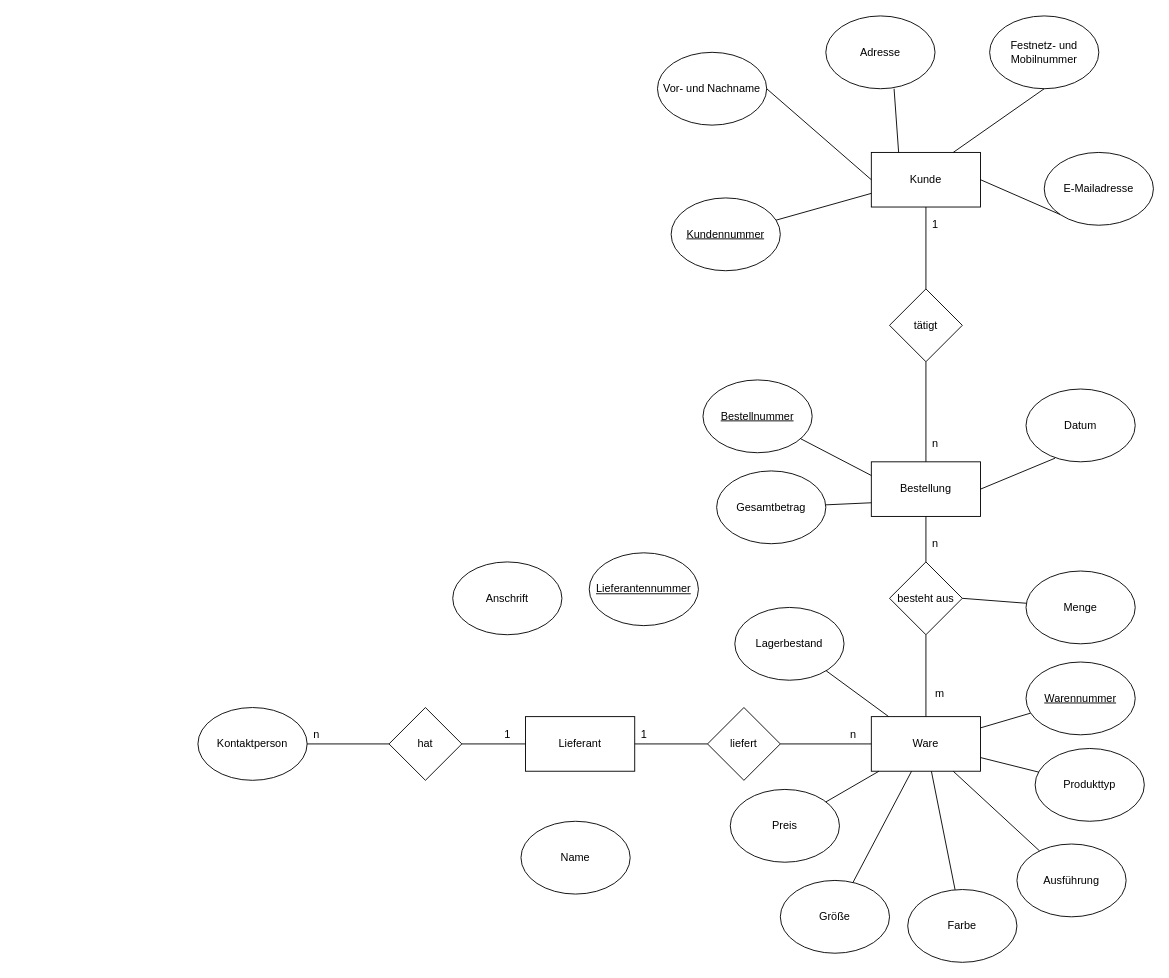
Before: Untitled Diagram.drawio in RegularK/eur0camp, a draw.io diagram. Source tidied: cells renumbered, new cells numbered last; positions are measured from the earlier drawing's top-left corner, leaving out a move shared by most shapes. Both pictures are drawn from the tidied source at 91%, with x=0, y=0 at pixel (197, 15).
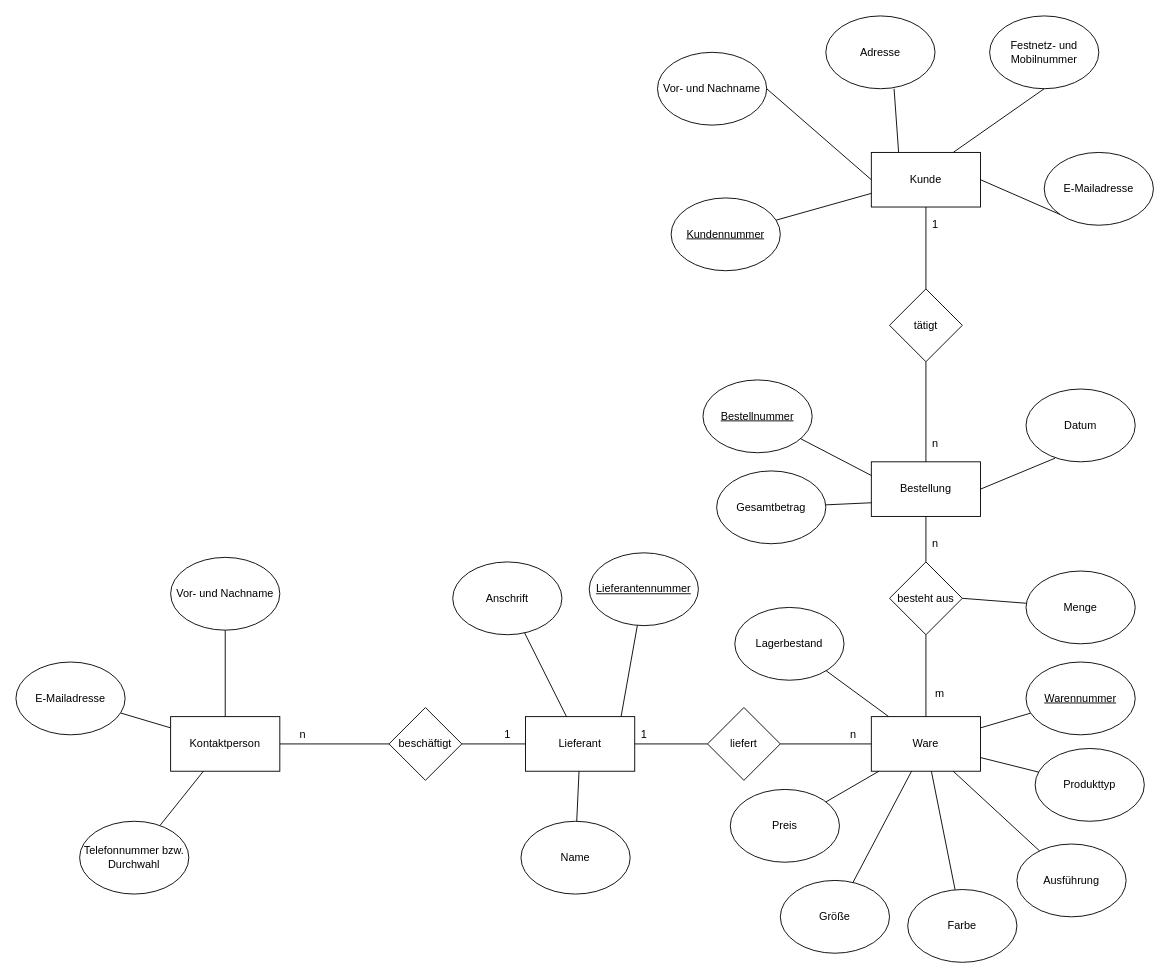
Above is the later version.

Unchanged cells that the change refers to:
```xml
<mxCell id="4" value="Lieferant" style="rounded=0;whiteSpace=wrap;html=1;" parent="1" vertex="1">
  <mxGeometry x="360" y="770" width="120" height="60" as="geometry" />
</mxCell>
<mxCell id="59" value="&lt;u&gt;Lieferantennummer&lt;/u&gt;" style="ellipse;whiteSpace=wrap;html=1;" parent="1" vertex="1">
  <mxGeometry x="430" y="590" width="120" height="80" as="geometry" />
</mxCell>
<mxCell id="60" value="Anschrift" style="ellipse;whiteSpace=wrap;html=1;" parent="1" vertex="1">
  <mxGeometry x="280" y="600" width="120" height="80" as="geometry" />
</mxCell>
<mxCell id="61" value="Name" style="ellipse;whiteSpace=wrap;html=1;" parent="1" vertex="1">
  <mxGeometry x="355" y="885" width="120" height="80" as="geometry" />
</mxCell>
```

Change to the diagram source:
```diff
@@
-    <mxCell id="53" value="Kontaktperson" style="ellipse;whiteSpace=wrap;html=1;" parent="1" vertex="1">
-      <mxGeometry y="760" width="120" height="80" as="geometry" />
-    </mxCell>
-    <mxCell id="54" value="hat" style="rhombus;whiteSpace=wrap;html=1;" parent="1" vertex="1">
+    <mxCell id="54" value="beschäftigt" style="rhombus;whiteSpace=wrap;html=1;" parent="1" vertex="1">
       <mxGeometry x="210" y="760" width="80" height="80" as="geometry" />
     </mxCell>
@@
-    <mxCell id="56" style="endArrow=none;html=1;rounded=0;" parent="1" edge="1" source="53" target="54">
+    <mxCell id="56" style="endArrow=none;html=1;rounded=0;exitX=1;exitY=0.5;exitDx=0;exitDy=0;" parent="1" edge="1" source="53" target="54">
       <mxGeometry relative="1" as="geometry" />
     </mxCell>
@@
     <mxCell id="58" value="n" style="text;html=1;align=center;verticalAlign=middle;strokeColor=none;fillColor=none;" parent="1" vertex="1">
-      <mxGeometry x="115" y="775" width="30" height="30" as="geometry" />
+      <mxGeometry x="100" y="775" width="30" height="30" as="geometry" />
     </mxCell>
@@
+    <mxCell id="62" style="endArrow=none;html=1;rounded=0;" parent="1" edge="1" target="59">
+      <mxGeometry relative="1" as="geometry">
+        <mxPoint x="465" y="770" as="sourcePoint" />
+      </mxGeometry>
+    </mxCell>
+    <mxCell id="63" style="endArrow=none;html=1;rounded=0;" parent="1" edge="1" source="4" target="60">
+      <mxGeometry relative="1" as="geometry" />
+    </mxCell>
+    <mxCell id="64" style="endArrow=none;html=1;rounded=0;" parent="1" edge="1" source="61" target="4">
+      <mxGeometry relative="1" as="geometry" />
+    </mxCell>
+    <mxCell id="65" value="Vor- und Nachname" style="ellipse;whiteSpace=wrap;html=1;" parent="1" vertex="1">
+      <mxGeometry x="-30" y="595" width="120" height="80" as="geometry" />
+    </mxCell>
+    <mxCell id="53" value="Kontaktperson" style="rounded=0;whiteSpace=wrap;html=1;" parent="1" vertex="1">
+      <mxGeometry x="-30" y="770" width="120" height="60" as="geometry" />
+    </mxCell>
+    <mxCell id="66" value="E-Mailadresse" style="ellipse;whiteSpace=wrap;html=1;" parent="1" vertex="1">
+      <mxGeometry x="-200" y="710" width="120" height="80" as="geometry" />
+    </mxCell>
+    <mxCell id="67" value="Telefonnummer bzw. Durchwahl" style="ellipse;whiteSpace=wrap;html=1;" parent="1" vertex="1">
+      <mxGeometry x="-130" y="885" width="120" height="80" as="geometry" />
+    </mxCell>
+    <mxCell id="68" style="endArrow=none;html=1;rounded=0;" parent="1" edge="1" source="53" target="65">
+      <mxGeometry relative="1" as="geometry" />
+    </mxCell>
+    <mxCell id="69" style="endArrow=none;html=1;rounded=0;" parent="1" edge="1" source="66" target="53">
+      <mxGeometry relative="1" as="geometry" />
+    </mxCell>
+    <mxCell id="70" style="endArrow=none;html=1;rounded=0;" parent="1" edge="1" source="67" target="53">
+      <mxGeometry relative="1" as="geometry" />
+    </mxCell>
```
